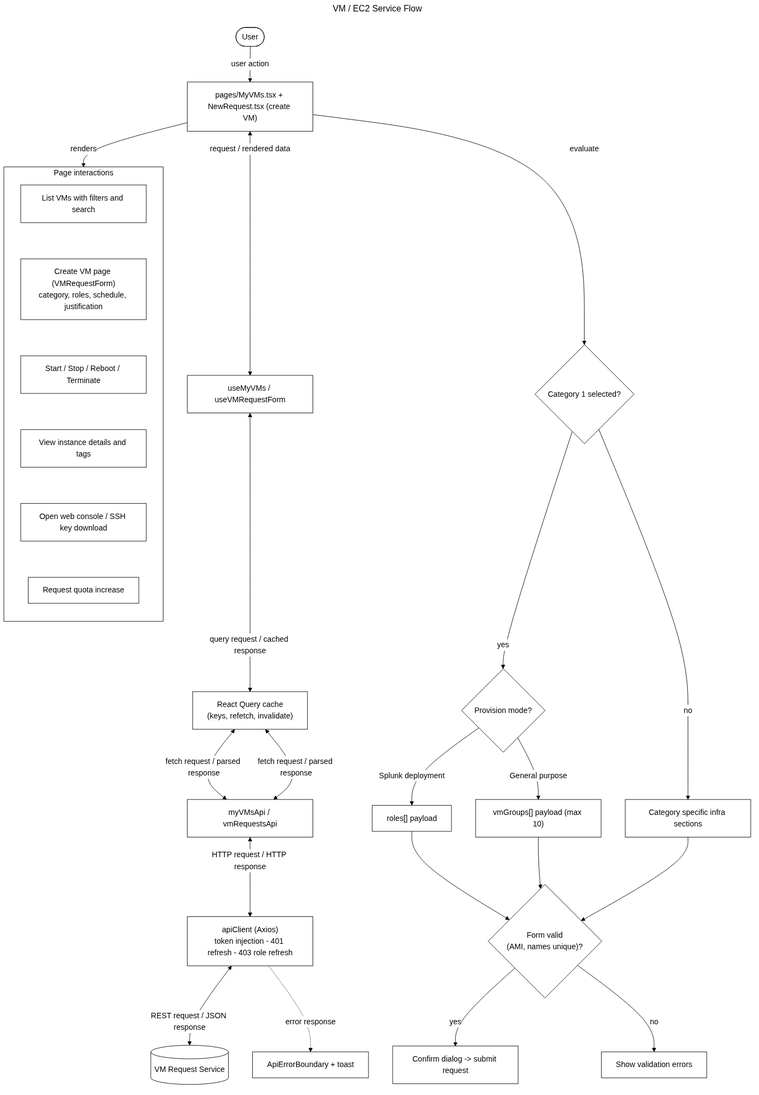
Earlier version of the Mermaid export docs/flowcharts/png/vm-ec2.png (sayeeduddinofficial/user-table-view). Its source is kept beside it as docs/flowcharts/vm-ec2.mmd.
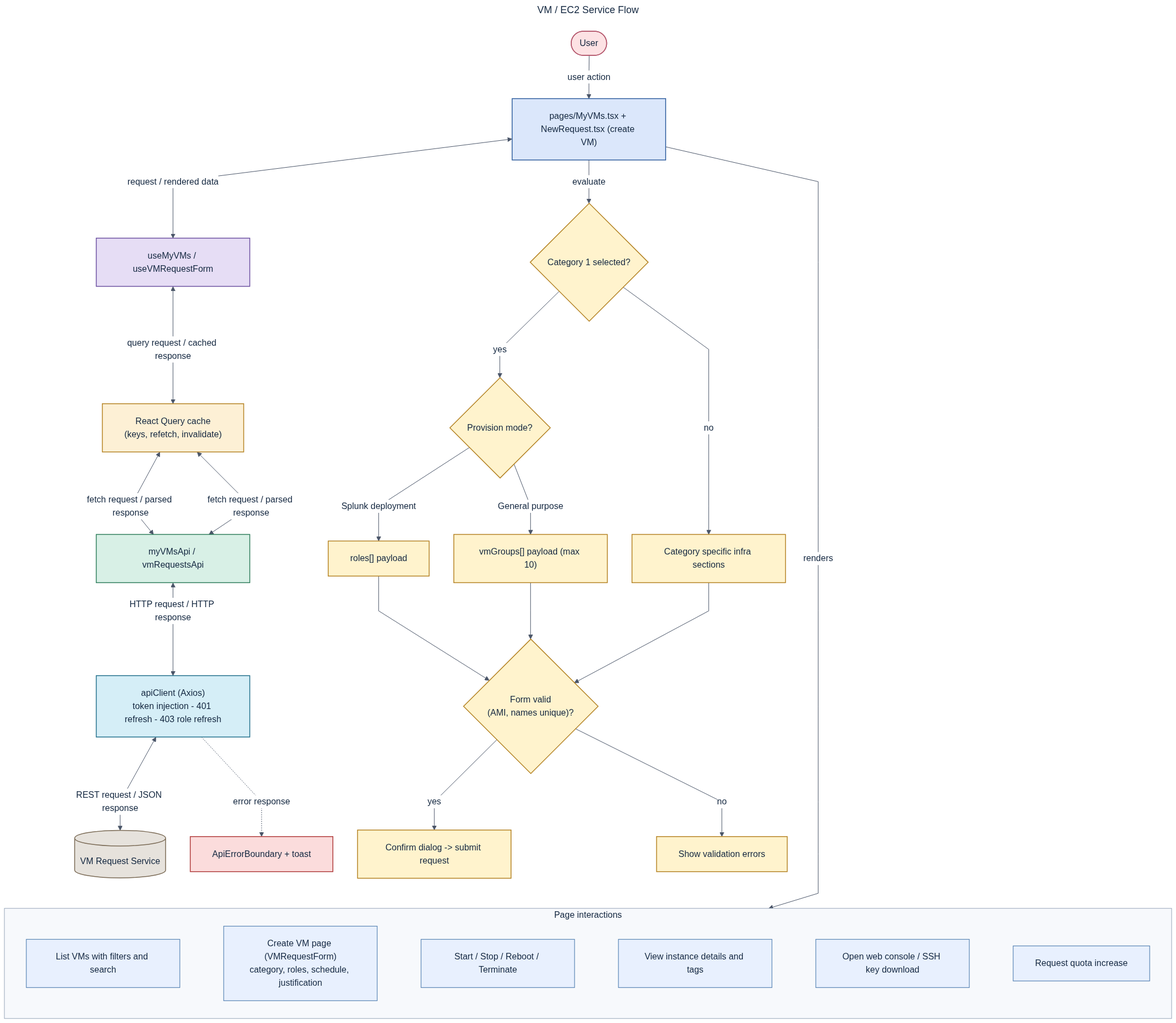
After the commit.

The edit, as a diff of the source:
```diff
@@ -11,7 +11,7 @@
   C <-->|"REST request / JSON response"| S[("VM Request Service")]
   P -->|"renders"| UI
   subgraph UI[Page interactions]
-    direction TB
+    direction LR
     S0["List VMs with filters and search"]
     S1["Create VM page (VMRequestForm)<br/>category, roles, schedule, justification"]
     S2["Start / Stop / Reboot / Terminate"]
@@ -21,6 +21,7 @@
     S0 ~~~ S1 ~~~ S2 ~~~ S3 ~~~ S4 ~~~ S5
   end
   C -. "error response" .-> E["ApiErrorBoundary + toast"]
+  E ~~~ UI
 
   P -->|"evaluate"| X0
   X0{"Category 1 selected?"} -->|"yes"| X1{"Provision mode?"}
@@ -32,3 +33,22 @@
   X2 --> X5
   X5 -->|"yes"| X6["Confirm dialog -> submit request"]
   X5 -->|"no"| X7["Show validation errors"]
+
+classDef actor fill:#fde2e4,stroke:#b3546a,stroke-width:1.5px,color:#12263f;
+classDef page fill:#dbe7fb,stroke:#2f5d9e,stroke-width:1.5px,color:#12263f;
+classDef hook fill:#e6ddf5,stroke:#6b4fa0,stroke-width:1.5px,color:#12263f;
+classDef cache fill:#fdf0d5,stroke:#b58324,stroke-width:1.5px,color:#12263f;
+classDef api fill:#d8f0e6,stroke:#2e7d5b,stroke-width:1.5px,color:#12263f;
+classDef client fill:#d5eef7,stroke:#22708c,stroke-width:1.5px,color:#12263f;
+classDef svc fill:#e6e2dc,stroke:#7a6a55,stroke-width:1.5px,color:#12263f;
+classDef err fill:#fbdcdc,stroke:#b03a3a,stroke-width:1.5px,color:#12263f;
+classDef dec fill:#fff3cd,stroke:#b58324,stroke-width:1.5px,color:#12263f;
+class A api;
+class C client;
+class E err;
+class H hook;
+class P page;
+class Q cache;
+class S svc;
+class U actor;
+class X0,X1,X2,X3,X4,X5,X6,X7 dec;
```
